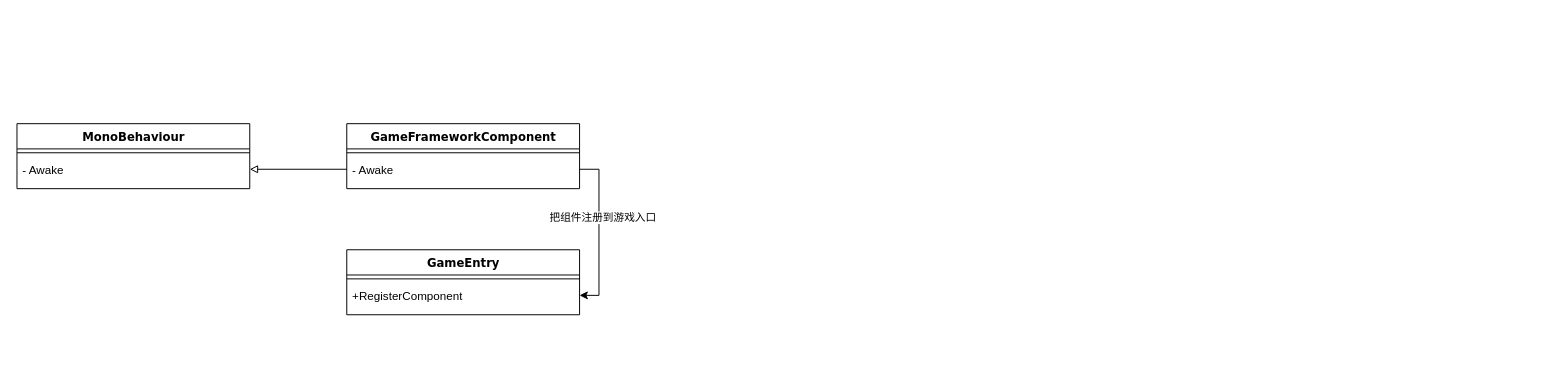
Before: page "整体架构" (1 of 3) of GF/各个模块.drawio in GuiYe314/draw.io, a draw.io diagram. Source tidied: cells renumbered, new cells numbered last; positions are measured from the earlier drawing's top-left corner, leaving out a move shared by most shapes. Both pictures are drawn from the tidied source at 97%, with x=0, y=0 at pixel (16, 123).
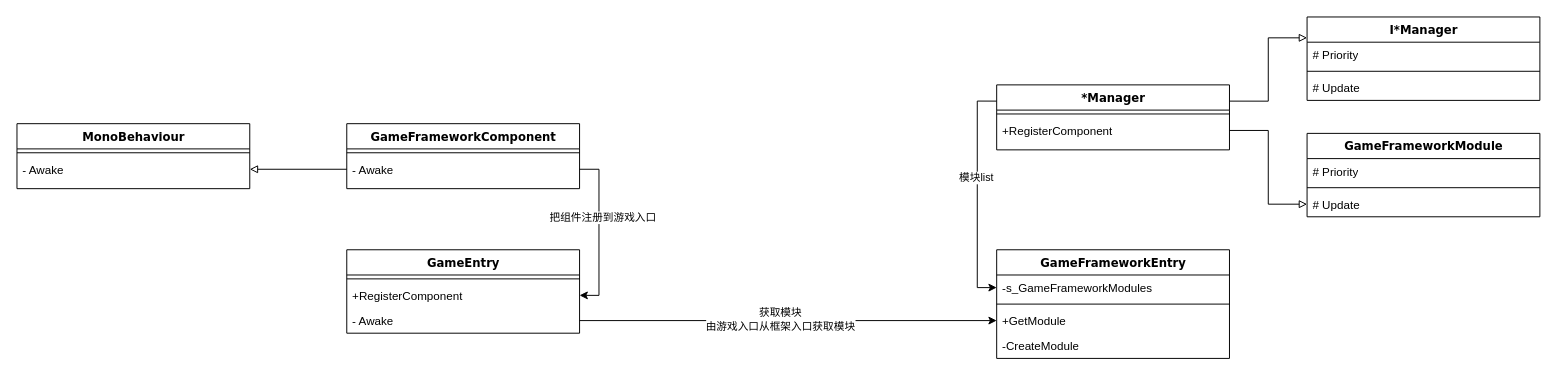
The same diagram, later.

Commit message:
更新各个模块.drawio

The edit, as a diff of the source:
```diff
@@
     <mxCell id="9" value="GameEntry" style="swimlane;html=1;fontStyle=1;align=center;verticalAlign=top;horizontal=1;startSize=26;swimlaneFillColor=#ffffff;rounded=0;shadow=0;comic=0;labelBackgroundColor=none;strokeWidth=1;fillColor=none;fontFamily=Verdana;fontSize=12;" parent="1" vertex="1">
-      <mxGeometry x="340" y="130" width="240" height="67" as="geometry" />
+      <mxGeometry x="340" y="130" width="240" height="86" as="geometry" />
     </mxCell>
@@
+    <mxCell id="14" value="- Awake" style="text;html=1;strokeColor=none;fillColor=none;align=left;verticalAlign=top;spacingLeft=4;spacingRight=4;whiteSpace=wrap;overflow=hidden;points=[[0,0.5],[1,0.5]];portConstraint=eastwest;" parent="9" vertex="1">
+      <mxGeometry y="60" width="240" height="26" as="geometry" />
+    </mxCell>
@@
+    <mxCell id="15" value="GameFrameworkModule" style="swimlane;html=1;fontStyle=1;align=center;verticalAlign=top;horizontal=1;startSize=26;swimlaneFillColor=#ffffff;rounded=0;shadow=0;comic=0;labelBackgroundColor=none;strokeWidth=1;fillColor=none;fontFamily=Verdana;fontSize=12;" parent="1" vertex="1">
+      <mxGeometry x="1330" y="10" width="240" height="86" as="geometry" />
+    </mxCell>
+    <mxCell id="16" value="# Priority" style="text;html=1;strokeColor=none;fillColor=none;align=left;verticalAlign=top;spacingLeft=4;spacingRight=4;whiteSpace=wrap;overflow=hidden;" parent="15" vertex="1">
+      <mxGeometry y="26" width="240" height="26" as="geometry" />
+    </mxCell>
+    <mxCell id="17" style="line;html=1;strokeWidth=1;fillColor=none;align=left;verticalAlign=middle;spacingTop=-1;spacingLeft=3;spacingRight=3;labelPosition=right;" parent="15" vertex="1">
+      <mxGeometry y="52" width="240" height="8" as="geometry" />
+    </mxCell>
+    <mxCell id="18" value="# Update" style="text;html=1;strokeColor=none;fillColor=none;align=left;verticalAlign=top;spacingLeft=4;spacingRight=4;whiteSpace=wrap;overflow=hidden;points=[[0,0.5],[1,0.5]];portConstraint=eastwest;" parent="15" vertex="1">
+      <mxGeometry y="60" width="240" height="26" as="geometry" />
+    </mxCell>
+    <mxCell id="19" style="edgeStyle=orthogonalEdgeStyle;rounded=0;jettySize=auto;html=1;exitX=1;exitY=0.25;exitDx=0;exitDy=0;entryX=0;entryY=0.25;entryDx=0;entryDy=0;endArrow=block;endFill=0;" parent="1" edge="1" source="22" target="26">
+      <mxGeometry relative="1" as="geometry" />
+    </mxCell>
+    <mxCell id="20" style="edgeStyle=orthogonalEdgeStyle;rounded=0;jettySize=auto;html=1;exitX=0;exitY=0.25;exitDx=0;exitDy=0;entryX=0;entryY=0.5;entryDx=0;entryDy=0;" parent="1" edge="1" source="22" target="31">
+      <mxGeometry relative="1" as="geometry" />
+    </mxCell>
+    <mxCell id="21" value="模块list" style="edgeLabel;html=1;align=center;verticalAlign=middle;" parent="20" vertex="1">
+      <mxGeometry x="-0.15" y="-2" relative="1" as="geometry" />
+    </mxCell>
+    <mxCell id="22" value="*Manager" style="swimlane;html=1;fontStyle=1;align=center;verticalAlign=top;horizontal=1;startSize=26;swimlaneFillColor=#ffffff;rounded=0;shadow=0;comic=0;labelBackgroundColor=none;strokeWidth=1;fillColor=none;fontFamily=Verdana;fontSize=12;" parent="1" vertex="1">
+      <mxGeometry x="1010" y="-40" width="240" height="67" as="geometry" />
+    </mxCell>
+    <mxCell id="23" style="line;html=1;strokeWidth=1;fillColor=none;align=left;verticalAlign=middle;spacingTop=-1;spacingLeft=3;spacingRight=3;labelPosition=right;" parent="22" vertex="1">
+      <mxGeometry y="26" width="240" height="8" as="geometry" />
+    </mxCell>
+    <mxCell id="24" value="+RegisterComponent" style="text;html=1;strokeColor=none;fillColor=none;align=left;verticalAlign=top;spacingLeft=4;spacingRight=4;whiteSpace=wrap;overflow=hidden;points=[[0,0.5],[1,0.5]];portConstraint=eastwest;" parent="22" vertex="1">
+      <mxGeometry y="34" width="240" height="26" as="geometry" />
+    </mxCell>
+    <mxCell id="25" style="edgeStyle=orthogonalEdgeStyle;rounded=0;jettySize=auto;html=1;exitX=1;exitY=0.5;exitDx=0;exitDy=0;entryX=0;entryY=0.5;entryDx=0;entryDy=0;endArrow=block;endFill=0;" parent="1" edge="1" source="24" target="18">
+      <mxGeometry relative="1" as="geometry" />
+    </mxCell>
+    <mxCell id="26" value="I*Manager" style="swimlane;html=1;fontStyle=1;align=center;verticalAlign=top;horizontal=1;startSize=26;swimlaneFillColor=#ffffff;rounded=0;shadow=0;comic=0;labelBackgroundColor=none;strokeWidth=1;fillColor=none;fontFamily=Verdana;fontSize=12;" parent="1" vertex="1">
+      <mxGeometry x="1330" y="-110" width="240" height="86" as="geometry" />
+    </mxCell>
+    <mxCell id="27" value="# Priority" style="text;html=1;strokeColor=none;fillColor=none;align=left;verticalAlign=top;spacingLeft=4;spacingRight=4;whiteSpace=wrap;overflow=hidden;" parent="26" vertex="1">
+      <mxGeometry y="26" width="240" height="26" as="geometry" />
+    </mxCell>
+    <mxCell id="28" style="line;html=1;strokeWidth=1;fillColor=none;align=left;verticalAlign=middle;spacingTop=-1;spacingLeft=3;spacingRight=3;labelPosition=right;" parent="26" vertex="1">
+      <mxGeometry y="52" width="240" height="8" as="geometry" />
+    </mxCell>
+    <mxCell id="29" value="# Update" style="text;html=1;strokeColor=none;fillColor=none;align=left;verticalAlign=top;spacingLeft=4;spacingRight=4;whiteSpace=wrap;overflow=hidden;" parent="26" vertex="1">
+      <mxGeometry y="60" width="240" height="26" as="geometry" />
+    </mxCell>
+    <mxCell id="30" value="GameFrameworkEntry" style="swimlane;html=1;fontStyle=1;align=center;verticalAlign=top;horizontal=1;startSize=26;swimlaneFillColor=#ffffff;rounded=0;shadow=0;comic=0;labelBackgroundColor=none;strokeWidth=1;fillColor=none;fontFamily=Verdana;fontSize=12;" parent="1" vertex="1">
+      <mxGeometry x="1010" y="130" width="240" height="112" as="geometry" />
+    </mxCell>
+    <mxCell id="31" value="-s_GameFrameworkModules" style="text;html=1;strokeColor=none;fillColor=none;align=left;verticalAlign=top;spacingLeft=4;spacingRight=4;whiteSpace=wrap;overflow=hidden;points=[[0,0.5],[1,0.5]];portConstraint=eastwest;" parent="30" vertex="1">
+      <mxGeometry y="26" width="240" height="26" as="geometry" />
+    </mxCell>
+    <mxCell id="32" style="line;html=1;strokeWidth=1;fillColor=none;align=left;verticalAlign=middle;spacingTop=-1;spacingLeft=3;spacingRight=3;labelPosition=right;" parent="30" vertex="1">
+      <mxGeometry y="52" width="240" height="8" as="geometry" />
+    </mxCell>
+    <mxCell id="33" value="+GetModule" style="text;html=1;strokeColor=none;fillColor=none;align=left;verticalAlign=top;spacingLeft=4;spacingRight=4;whiteSpace=wrap;overflow=hidden;points=[[0,0.5],[1,0.5]];portConstraint=eastwest;" parent="30" vertex="1">
+      <mxGeometry y="60" width="240" height="26" as="geometry" />
+    </mxCell>
+    <mxCell id="34" value="-CreateModule" style="text;html=1;strokeColor=none;fillColor=none;align=left;verticalAlign=top;spacingLeft=4;spacingRight=4;whiteSpace=wrap;overflow=hidden;" parent="30" vertex="1">
+      <mxGeometry y="86" width="240" height="26" as="geometry" />
+    </mxCell>
+    <mxCell id="35" style="edgeStyle=orthogonalEdgeStyle;rounded=0;jettySize=auto;html=1;exitX=1;exitY=0.5;exitDx=0;exitDy=0;" parent="1" edge="1" source="14" target="33">
+      <mxGeometry relative="1" as="geometry" />
+    </mxCell>
+    <mxCell id="36" value="获取模块&lt;div&gt;由游戏入口从框架入口获取模块&lt;/div&gt;" style="edgeLabel;html=1;align=center;verticalAlign=middle;" parent="35" vertex="1">
+      <mxGeometry x="-0.04" y="2" relative="1" as="geometry" />
+    </mxCell>
```
